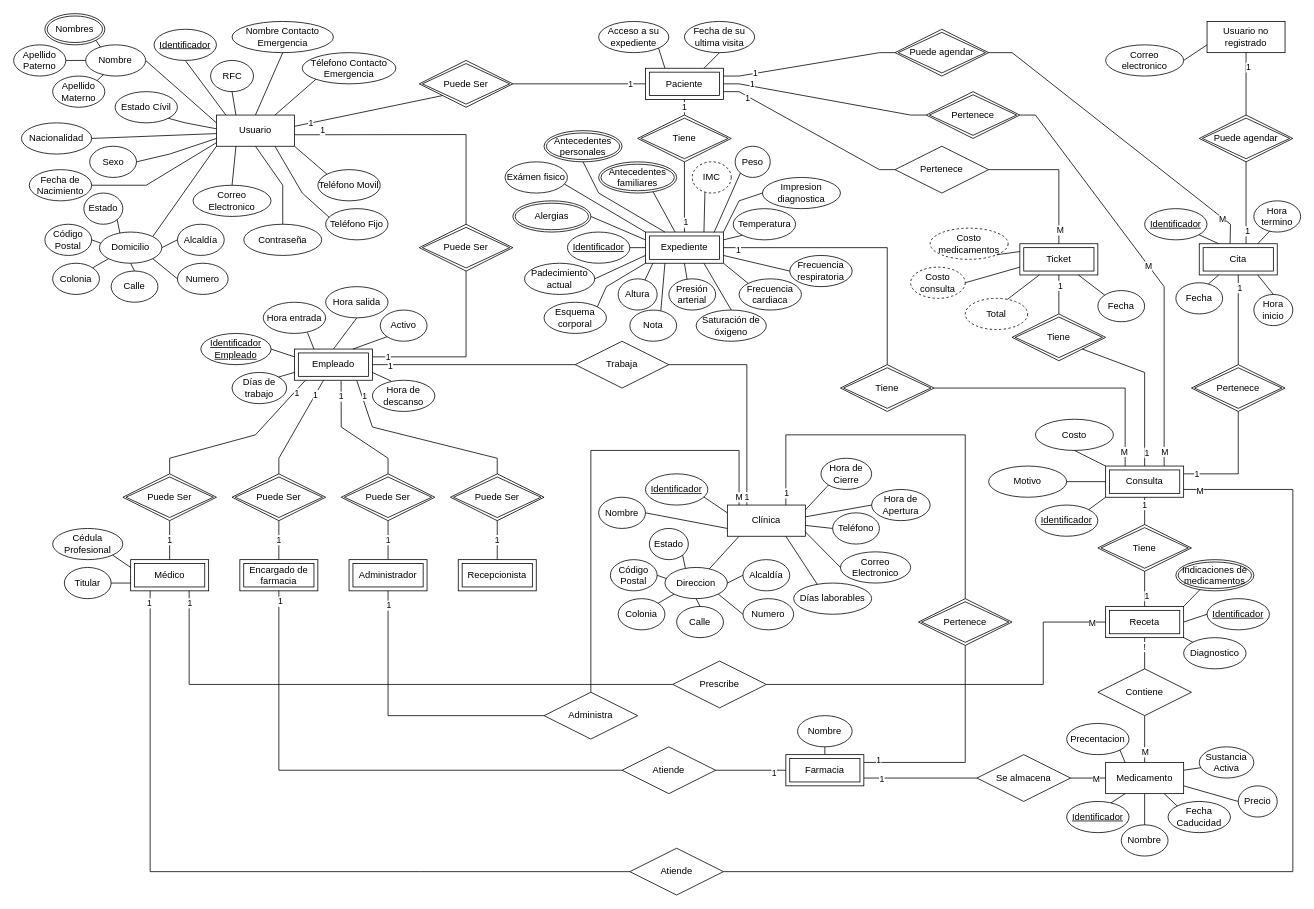
EdgarRamirezFuentes/Sistema_CEDAE keeps this draw.io diagram as Base de Datos/ER-Diagrama.drawio. Above is the earlier version. Source tidied: cells renumbered, new cells numbered last; positions are measured from the earlier drawing's top-left corner, leaving out a move shared by most shapes. Both pictures are drawn from the tidied source at 78%, with x=0, y=0 at pixel (13, 13).
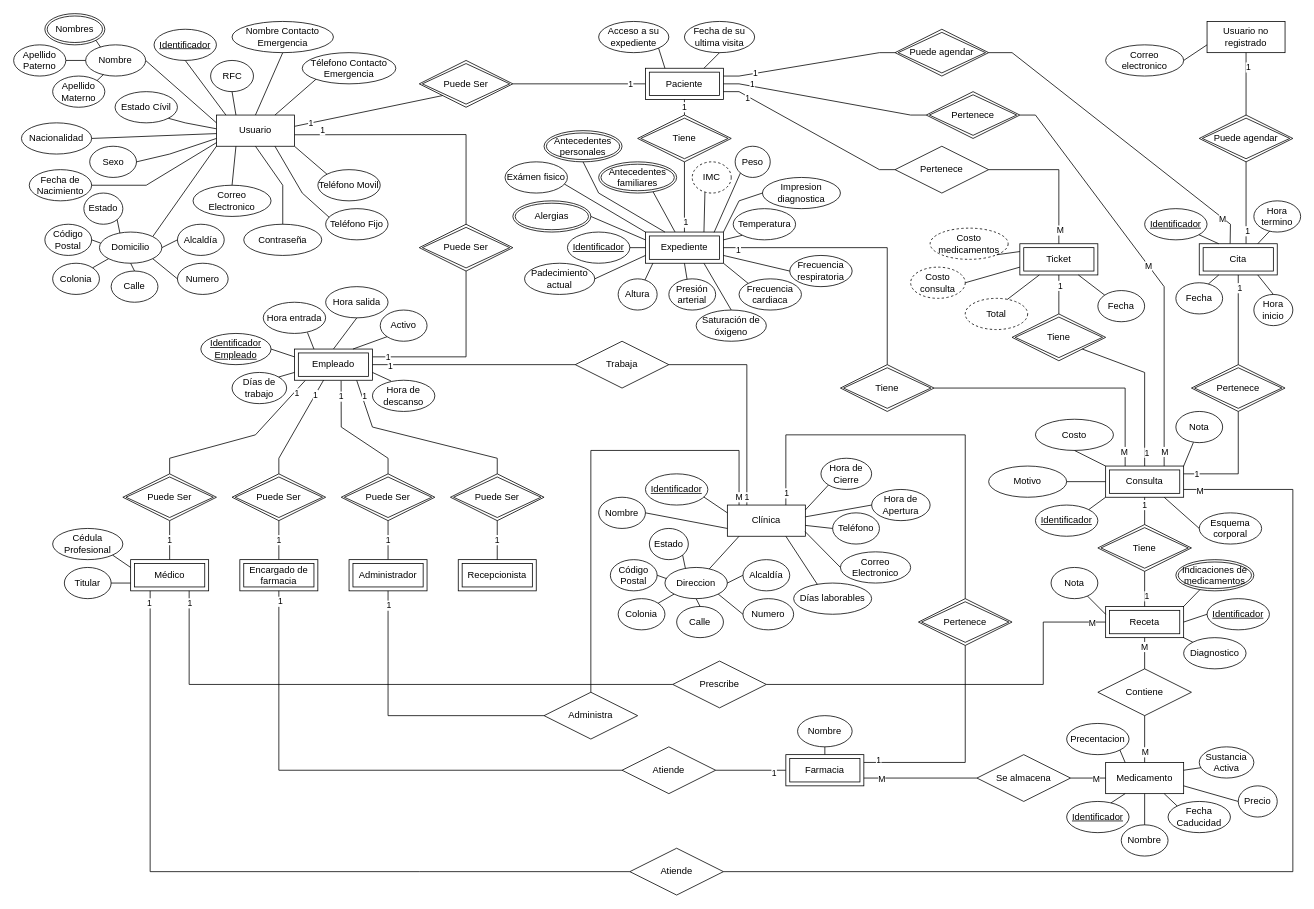
Above is the later version.

The change refers to these unchanged cells:
```xml
<mxCell id="149" style="endArrow=none;html=1;rounded=0;exitX=1;exitY=0.75;exitDx=0;exitDy=0;entryX=0;entryY=0.5;entryDx=0;entryDy=0;" parent="1" edge="1" source="142" target="148">
  <mxGeometry relative="1" as="geometry" />
</mxCell>
<mxCell id="169" value="Receta" style="shape=ext;margin=3;double=1;whiteSpace=wrap;html=1;align=center;" parent="1" vertex="1">
  <mxGeometry x="1400" y="760" width="100" height="40" as="geometry" />
</mxCell>
<mxCell id="178" style="endArrow=none;html=1;rounded=0;exitX=0.5;exitY=1;exitDx=0;exitDy=0;entryX=0.5;entryY=0;entryDx=0;entryDy=0;" parent="1" edge="1" source="169" target="175">
  <mxGeometry relative="1" as="geometry" />
</mxCell>
<mxCell id="186" value="Expediente" style="shape=ext;margin=3;double=1;whiteSpace=wrap;html=1;align=center;" parent="1" vertex="1">
  <mxGeometry x="810" y="280" width="100" height="40" as="geometry" />
</mxCell>
<mxCell id="227" value="Consulta" style="shape=ext;margin=3;double=1;whiteSpace=wrap;html=1;align=center;" parent="1" vertex="1">
  <mxGeometry x="1400" y="580" width="100" height="40" as="geometry" />
</mxCell>
```

Change to the diagram source:
```diff
@@
-    <mxCell id="150" value="1" style="edgeLabel;html=1;align=center;verticalAlign=middle;" parent="149" vertex="1">
+    <mxCell id="150" value="M" style="edgeLabel;html=1;align=center;verticalAlign=middle;" parent="149" vertex="1">
       <mxGeometry x="-0.7" relative="1" as="geometry" />
     </mxCell>
@@
-    <mxCell id="179" value="!" style="edgeLabel;html=1;align=center;verticalAlign=middle;" parent="178" vertex="1">
+    <mxCell id="179" value="M" style="edgeLabel;html=1;align=center;verticalAlign=middle;" parent="178" vertex="1">
       <mxGeometry x="-0.47" y="-1" relative="1" as="geometry" />
     </mxCell>
@@
     <mxCell id="196" value="Esquema corporal" style="ellipse;whiteSpace=wrap;html=1;align=center;" parent="1" vertex="1">
-      <mxGeometry x="680" y="370" width="80" height="40" as="geometry" />
+      <mxGeometry x="1520" y="640" width="80" height="40" as="geometry" />
     </mxCell>
@@
     <mxCell id="207" value="Nota" style="ellipse;whiteSpace=wrap;html=1;align=center;" parent="1" vertex="1">
-      <mxGeometry x="790" y="380" width="60" height="40" as="geometry" />
+      <mxGeometry x="1330" y="710" width="60" height="40" as="geometry" />
     </mxCell>
@@
-    <mxCell id="214" style="endArrow=none;html=1;rounded=0;exitX=1;exitY=0;exitDx=0;exitDy=0;entryX=0;entryY=1;entryDx=0;entryDy=0;" parent="1" edge="1" source="196" target="186">
-      <mxGeometry relative="1" as="geometry">
-        <Array as="points">
-          <mxPoint x="760" y="350" />
-        </Array>
-      </mxGeometry>
-    </mxCell>
@@
-    <mxCell id="216" style="endArrow=none;html=1;rounded=0;exitX=0.662;exitY=0.022;exitDx=0;exitDy=0;entryX=0.25;entryY=1;entryDx=0;entryDy=0;exitPerimeter=0;" parent="1" edge="1" source="207" target="186">
-      <mxGeometry relative="1" as="geometry" />
-    </mxCell>
@@
+    <mxCell id="298" value="Nota" style="ellipse;whiteSpace=wrap;html=1;align=center;" parent="1" vertex="1">
+      <mxGeometry x="1490" y="510" width="60" height="40" as="geometry" />
+    </mxCell>
+    <mxCell id="299" style="endArrow=none;html=1;entryX=0;entryY=0.25;entryDx=0;entryDy=0;" parent="1" edge="1" source="207" target="169">
+      <mxGeometry relative="1" as="geometry" />
+    </mxCell>
+    <mxCell id="300" style="endArrow=none;html=1;exitX=0.375;exitY=0.993;exitDx=0;exitDy=0;exitPerimeter=0;entryX=1;entryY=0;entryDx=0;entryDy=0;" parent="1" edge="1" source="298" target="227">
+      <mxGeometry relative="1" as="geometry" />
+    </mxCell>
+    <mxCell id="301" style="endArrow=none;html=1;entryX=0;entryY=0.5;entryDx=0;entryDy=0;exitX=0.75;exitY=1;exitDx=0;exitDy=0;" parent="1" edge="1" source="227" target="196">
+      <mxGeometry relative="1" as="geometry" />
+    </mxCell>
```
